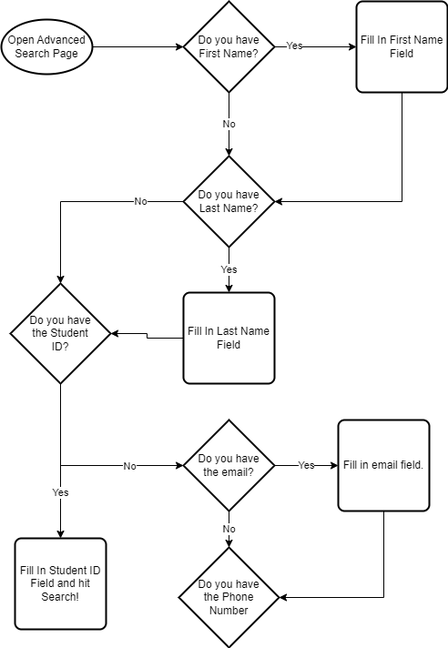
Earlier version of the draw.io export Assignment1-Chart2.drawio.png (Teagan94/flowcharts). Source tidied: cells renumbered, new cells last; positions are measured from the earlier drawing's top-left corner, leaving out a move shared by most shapes. Source of this version:
```xml
<mxGraphModel>
  <root>
    <mxCell id="0" />
    <mxCell id="1" parent="0" />
    <mxCell id="2" style="edgeStyle=orthogonalEdgeStyle;rounded=0;jettySize=auto;html=1;exitX=1;exitY=0.5;exitDx=0;exitDy=0;exitPerimeter=0;entryX=0;entryY=0.5;entryDx=0;entryDy=0;entryPerimeter=0;" parent="1" edge="1" source="3" target="7">
      <mxGeometry relative="1" as="geometry" />
    </mxCell>
    <mxCell id="3" value="Open Advanced&lt;br&gt;Search Page" style="strokeWidth=2;html=1;shape=mxgraph.flowchart.start_1;whiteSpace=wrap;" parent="1" vertex="1">
      <mxGeometry y="20" width="100" height="60" as="geometry" />
    </mxCell>
    <mxCell id="4" style="edgeStyle=orthogonalEdgeStyle;rounded=0;jettySize=auto;html=1;exitX=1;exitY=0.5;exitDx=0;exitDy=0;exitPerimeter=0;entryX=0;entryY=0.5;entryDx=0;entryDy=0;" parent="1" edge="1" source="7" target="9">
      <mxGeometry relative="1" as="geometry" />
    </mxCell>
    <mxCell id="5" value="Yes" style="edgeLabel;html=1;align=center;verticalAlign=middle;" parent="4" vertex="1">
      <mxGeometry x="-0.52" y="2" relative="1" as="geometry" />
    </mxCell>
    <mxCell id="6" value="No" style="edgeStyle=orthogonalEdgeStyle;rounded=0;jettySize=auto;html=1;exitX=0.5;exitY=1;exitDx=0;exitDy=0;exitPerimeter=0;entryX=0;entryY=0.5;entryDx=0;entryDy=0;entryPerimeter=0;" parent="1" edge="1" source="7" target="13">
      <mxGeometry relative="1" as="geometry" />
    </mxCell>
    <mxCell id="7" value="Do you have&lt;br&gt;First Name?" style="strokeWidth=2;html=1;shape=mxgraph.flowchart.decision;whiteSpace=wrap;" parent="1" vertex="1">
      <mxGeometry x="200" width="100" height="100" as="geometry" />
    </mxCell>
    <mxCell id="8" style="edgeStyle=orthogonalEdgeStyle;rounded=0;jettySize=auto;html=1;exitX=0.5;exitY=1;exitDx=0;exitDy=0;entryX=0.5;entryY=0;entryDx=0;entryDy=0;entryPerimeter=0;" parent="1" edge="1" source="9" target="13">
      <mxGeometry relative="1" as="geometry" />
    </mxCell>
    <mxCell id="9" value="Fill In First Name Field" style="rounded=1;whiteSpace=wrap;html=1;absoluteArcSize=1;arcSize=14;strokeWidth=2;" parent="1" vertex="1">
      <mxGeometry x="390" width="100" height="100" as="geometry" />
    </mxCell>
    <mxCell id="10" value="Yes" style="edgeStyle=orthogonalEdgeStyle;rounded=0;jettySize=auto;html=1;exitX=1;exitY=0.5;exitDx=0;exitDy=0;exitPerimeter=0;entryX=0.5;entryY=0;entryDx=0;entryDy=0;" parent="1" edge="1" source="13" target="15">
      <mxGeometry relative="1" as="geometry" />
    </mxCell>
    <mxCell id="11" style="edgeStyle=orthogonalEdgeStyle;rounded=0;jettySize=auto;html=1;exitX=0.5;exitY=1;exitDx=0;exitDy=0;exitPerimeter=0;entryX=0;entryY=0.5;entryDx=0;entryDy=0;entryPerimeter=0;" parent="1" edge="1" source="13" target="19">
      <mxGeometry relative="1" as="geometry" />
    </mxCell>
    <mxCell id="12" value="No" style="edgeLabel;html=1;align=center;verticalAlign=middle;" parent="11" vertex="1">
      <mxGeometry x="-0.58" y="-1" relative="1" as="geometry" />
    </mxCell>
    <mxCell id="13" value="Do you have&lt;br&gt;Last Name?" style="strokeWidth=2;html=1;shape=mxgraph.flowchart.decision;whiteSpace=wrap;direction=south;" parent="1" vertex="1">
      <mxGeometry x="200" y="170" width="100" height="100" as="geometry" />
    </mxCell>
    <mxCell id="14" style="edgeStyle=orthogonalEdgeStyle;rounded=0;jettySize=auto;html=1;exitX=0;exitY=0.5;exitDx=0;exitDy=0;entryX=0.5;entryY=0;entryDx=0;entryDy=0;entryPerimeter=0;" parent="1" edge="1" source="15" target="19">
      <mxGeometry relative="1" as="geometry" />
    </mxCell>
    <mxCell id="15" value="Fill In Last Name Field" style="rounded=1;whiteSpace=wrap;html=1;absoluteArcSize=1;arcSize=14;strokeWidth=2;" parent="1" vertex="1">
      <mxGeometry x="200" y="320" width="100" height="100" as="geometry" />
    </mxCell>
    <mxCell id="16" value="Yes" style="edgeStyle=orthogonalEdgeStyle;rounded=0;jettySize=auto;html=1;exitX=1;exitY=0.5;exitDx=0;exitDy=0;exitPerimeter=0;entryX=0.5;entryY=0;entryDx=0;entryDy=0;" parent="1" edge="1" source="19" target="20">
      <mxGeometry x="0.41" relative="1" as="geometry" />
    </mxCell>
    <mxCell id="17" style="edgeStyle=orthogonalEdgeStyle;rounded=0;jettySize=auto;html=1;exitX=1;exitY=0.5;exitDx=0;exitDy=0;exitPerimeter=0;entryX=0;entryY=0.5;entryDx=0;entryDy=0;entryPerimeter=0;" parent="1" edge="1" source="19" target="23">
      <mxGeometry relative="1" as="geometry" />
    </mxCell>
    <mxCell id="18" value="No" style="edgeLabel;html=1;align=center;verticalAlign=middle;" parent="17" vertex="1">
      <mxGeometry x="0.58" relative="1" as="geometry">
        <mxPoint x="-12" as="offset" />
      </mxGeometry>
    </mxCell>
    <mxCell id="19" value="Do you have&lt;br&gt;the Student&lt;br&gt;ID?" style="strokeWidth=2;html=1;shape=mxgraph.flowchart.decision;whiteSpace=wrap;direction=south;" parent="1" vertex="1">
      <mxGeometry x="10" y="310" width="110" height="110" as="geometry" />
    </mxCell>
    <mxCell id="20" value="Fill In Student ID Field and hit Search!" style="rounded=1;whiteSpace=wrap;html=1;absoluteArcSize=1;arcSize=14;strokeWidth=2;" parent="1" vertex="1">
      <mxGeometry x="15" y="590" width="100" height="100" as="geometry" />
    </mxCell>
    <mxCell id="21" value="Yes" style="edgeStyle=orthogonalEdgeStyle;rounded=0;jettySize=auto;html=1;exitX=1;exitY=0.5;exitDx=0;exitDy=0;exitPerimeter=0;entryX=0;entryY=0.5;entryDx=0;entryDy=0;" parent="1" edge="1" source="23" target="25">
      <mxGeometry relative="1" as="geometry" />
    </mxCell>
    <mxCell id="22" value="No" style="edgeStyle=orthogonalEdgeStyle;rounded=0;jettySize=auto;html=1;exitX=0.5;exitY=1;exitDx=0;exitDy=0;exitPerimeter=0;entryX=0.5;entryY=0;entryDx=0;entryDy=0;entryPerimeter=0;" parent="1" edge="1" source="23" target="26">
      <mxGeometry relative="1" as="geometry" />
    </mxCell>
    <mxCell id="23" value="Do you have&lt;br&gt;the email?" style="strokeWidth=2;html=1;shape=mxgraph.flowchart.decision;whiteSpace=wrap;" parent="1" vertex="1">
      <mxGeometry x="200" y="460" width="100" height="100" as="geometry" />
    </mxCell>
    <mxCell id="24" style="edgeStyle=orthogonalEdgeStyle;rounded=0;jettySize=auto;html=1;exitX=0.5;exitY=1;exitDx=0;exitDy=0;entryX=1;entryY=0.5;entryDx=0;entryDy=0;entryPerimeter=0;" parent="1" edge="1" source="25" target="26">
      <mxGeometry relative="1" as="geometry" />
    </mxCell>
    <mxCell id="25" value="Fill in email field." style="rounded=1;whiteSpace=wrap;html=1;absoluteArcSize=1;arcSize=14;strokeWidth=2;" parent="1" vertex="1">
      <mxGeometry x="370" y="460" width="100" height="100" as="geometry" />
    </mxCell>
    <mxCell id="26" value="Do you have&lt;br&gt;the Phone&lt;br&gt;Number" style="strokeWidth=2;html=1;shape=mxgraph.flowchart.decision;whiteSpace=wrap;" parent="1" vertex="1">
      <mxGeometry x="195" y="600" width="110" height="110" as="geometry" />
    </mxCell>
  </root>
</mxGraphModel>
```
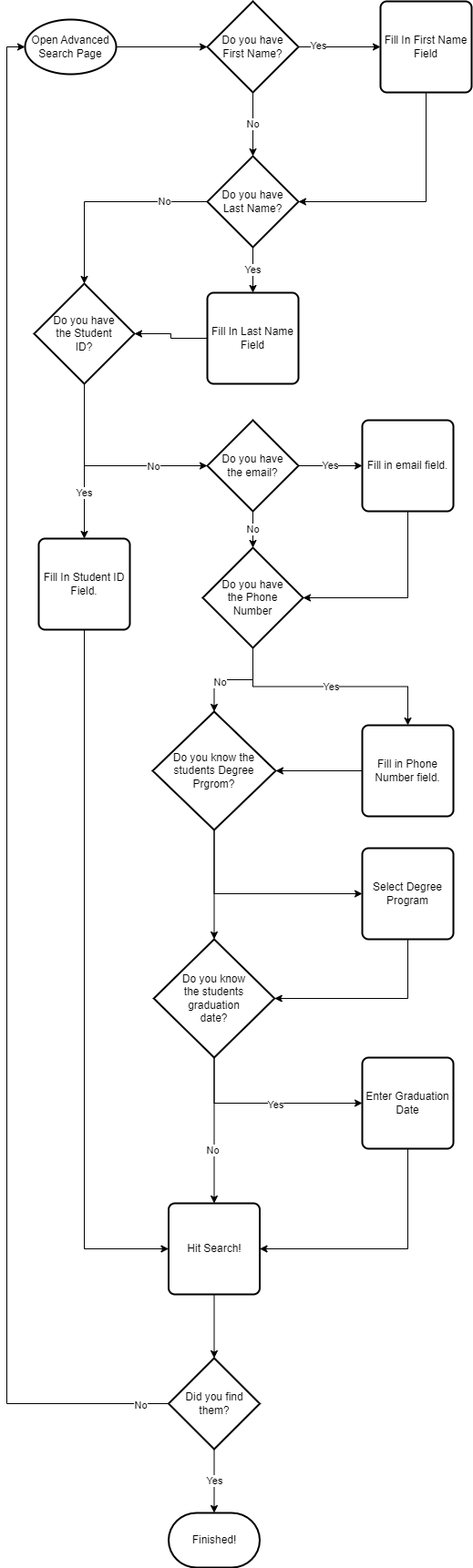
After the change.

The edit, as a diff of the source:
```diff
@@ -58,7 +58,10 @@
     <mxCell id="19" value="Do you have&lt;br&gt;the Student&lt;br&gt;ID?" style="strokeWidth=2;html=1;shape=mxgraph.flowchart.decision;whiteSpace=wrap;direction=south;" parent="1" vertex="1">
       <mxGeometry x="10" y="310" width="110" height="110" as="geometry" />
     </mxCell>
+    <mxCell id="27" style="edgeStyle=orthogonalEdgeStyle;rounded=0;jettySize=auto;html=1;exitX=0.5;exitY=1;exitDx=0;exitDy=0;entryX=0;entryY=0.5;entryDx=0;entryDy=0;" parent="1" edge="1" source="20" target="46">
+      <mxGeometry relative="1" as="geometry" />
+    </mxCell>
-    <mxCell id="20" value="Fill In Student ID Field and hit Search!" style="rounded=1;whiteSpace=wrap;html=1;absoluteArcSize=1;arcSize=14;strokeWidth=2;" parent="1" vertex="1">
+    <mxCell id="20" value="Fill In Student ID Field." style="rounded=1;whiteSpace=wrap;html=1;absoluteArcSize=1;arcSize=14;strokeWidth=2;" parent="1" vertex="1">
       <mxGeometry x="15" y="590" width="100" height="100" as="geometry" />
     </mxCell>
     <mxCell id="21" value="Yes" style="edgeStyle=orthogonalEdgeStyle;rounded=0;jettySize=auto;html=1;exitX=1;exitY=0.5;exitDx=0;exitDy=0;exitPerimeter=0;entryX=0;entryY=0.5;entryDx=0;entryDy=0;" parent="1" edge="1" source="23" target="25">
@@ -76,8 +79,80 @@
     <mxCell id="25" value="Fill in email field." style="rounded=1;whiteSpace=wrap;html=1;absoluteArcSize=1;arcSize=14;strokeWidth=2;" parent="1" vertex="1">
       <mxGeometry x="370" y="460" width="100" height="100" as="geometry" />
     </mxCell>
+    <mxCell id="28" style="edgeStyle=orthogonalEdgeStyle;rounded=0;jettySize=auto;html=1;exitX=0.5;exitY=1;exitDx=0;exitDy=0;exitPerimeter=0;entryX=0.5;entryY=0;entryDx=0;entryDy=0;entryPerimeter=0;" parent="1" edge="1" source="26" target="35">
+      <mxGeometry relative="1" as="geometry" />
+    </mxCell>
+    <mxCell id="29" value="No" style="edgeLabel;html=1;align=center;verticalAlign=middle;" parent="28" vertex="1">
+      <mxGeometry x="0.28" y="2" relative="1" as="geometry" />
+    </mxCell>
+    <mxCell id="30" value="Yes" style="edgeStyle=orthogonalEdgeStyle;rounded=0;jettySize=auto;html=1;exitX=0.5;exitY=1;exitDx=0;exitDy=0;exitPerimeter=0;entryX=0.5;entryY=0;entryDx=0;entryDy=0;" parent="1" edge="1" source="26" target="32">
+      <mxGeometry relative="1" as="geometry" />
+    </mxCell>
     <mxCell id="26" value="Do you have&lt;br&gt;the Phone&lt;br&gt;Number" style="strokeWidth=2;html=1;shape=mxgraph.flowchart.decision;whiteSpace=wrap;" parent="1" vertex="1">
       <mxGeometry x="195" y="600" width="110" height="110" as="geometry" />
     </mxCell>
+    <mxCell id="31" style="edgeStyle=orthogonalEdgeStyle;rounded=0;jettySize=auto;html=1;exitX=0;exitY=0.5;exitDx=0;exitDy=0;entryX=1;entryY=0.5;entryDx=0;entryDy=0;entryPerimeter=0;" parent="1" edge="1" source="32" target="35">
+      <mxGeometry relative="1" as="geometry" />
+    </mxCell>
+    <mxCell id="32" value="Fill in Phone Number field." style="rounded=1;whiteSpace=wrap;html=1;absoluteArcSize=1;arcSize=14;strokeWidth=2;" parent="1" vertex="1">
+      <mxGeometry x="370" y="795" width="100" height="100" as="geometry" />
+    </mxCell>
+    <mxCell id="33" style="edgeStyle=orthogonalEdgeStyle;rounded=0;jettySize=auto;html=1;exitX=0.5;exitY=1;exitDx=0;exitDy=0;exitPerimeter=0;entryX=0;entryY=0.5;entryDx=0;entryDy=0;" parent="1" edge="1" source="35" target="37">
+      <mxGeometry relative="1" as="geometry" />
+    </mxCell>
+    <mxCell id="34" style="edgeStyle=orthogonalEdgeStyle;rounded=0;jettySize=auto;html=1;exitX=0.5;exitY=1;exitDx=0;exitDy=0;exitPerimeter=0;entryX=0.5;entryY=0;entryDx=0;entryDy=0;entryPerimeter=0;" parent="1" edge="1" source="35" target="42">
+      <mxGeometry relative="1" as="geometry" />
+    </mxCell>
+    <mxCell id="35" value="Do you know the students Degree Prgrom?" style="strokeWidth=2;html=1;shape=mxgraph.flowchart.decision;whiteSpace=wrap;" parent="1" vertex="1">
+      <mxGeometry x="140" y="780" width="135" height="130" as="geometry" />
+    </mxCell>
+    <mxCell id="36" style="edgeStyle=orthogonalEdgeStyle;rounded=0;jettySize=auto;html=1;exitX=0.5;exitY=1;exitDx=0;exitDy=0;entryX=1;entryY=0.5;entryDx=0;entryDy=0;entryPerimeter=0;" parent="1" edge="1" source="37" target="42">
+      <mxGeometry relative="1" as="geometry" />
+    </mxCell>
+    <mxCell id="37" value="Select Degree Program" style="rounded=1;whiteSpace=wrap;html=1;absoluteArcSize=1;arcSize=14;strokeWidth=2;" parent="1" vertex="1">
+      <mxGeometry x="370" y="930" width="100" height="100" as="geometry" />
+    </mxCell>
+    <mxCell id="38" style="edgeStyle=orthogonalEdgeStyle;rounded=0;jettySize=auto;html=1;exitX=0.5;exitY=1;exitDx=0;exitDy=0;exitPerimeter=0;entryX=0;entryY=0.5;entryDx=0;entryDy=0;" parent="1" edge="1" source="42" target="44">
+      <mxGeometry relative="1" as="geometry" />
+    </mxCell>
+    <mxCell id="39" value="Yes" style="edgeLabel;html=1;align=center;verticalAlign=middle;" parent="38" vertex="1">
+      <mxGeometry x="0.1" y="-1" relative="1" as="geometry" />
+    </mxCell>
+    <mxCell id="40" style="edgeStyle=orthogonalEdgeStyle;rounded=0;jettySize=auto;html=1;exitX=0.5;exitY=1;exitDx=0;exitDy=0;exitPerimeter=0;entryX=0.5;entryY=0;entryDx=0;entryDy=0;" parent="1" edge="1" source="42" target="46">
+      <mxGeometry relative="1" as="geometry" />
+    </mxCell>
+    <mxCell id="41" value="No" style="edgeLabel;html=1;align=center;verticalAlign=middle;" parent="40" vertex="1">
+      <mxGeometry x="0.26" y="-2" relative="1" as="geometry" />
+    </mxCell>
+    <mxCell id="42" value="Do you know&lt;br&gt;the students&lt;br&gt;graduation&lt;br&gt;date?" style="strokeWidth=2;html=1;shape=mxgraph.flowchart.decision;whiteSpace=wrap;" parent="1" vertex="1">
+      <mxGeometry x="141.2" y="1030" width="132.5" height="130" as="geometry" />
+    </mxCell>
+    <mxCell id="43" style="edgeStyle=orthogonalEdgeStyle;rounded=0;jettySize=auto;html=1;exitX=0.5;exitY=1;exitDx=0;exitDy=0;entryX=1;entryY=0.5;entryDx=0;entryDy=0;" parent="1" edge="1" source="44" target="46">
+      <mxGeometry relative="1" as="geometry" />
+    </mxCell>
+    <mxCell id="44" value="Enter Graduation Date" style="rounded=1;whiteSpace=wrap;html=1;absoluteArcSize=1;arcSize=14;strokeWidth=2;" parent="1" vertex="1">
+      <mxGeometry x="370" y="1160" width="100" height="100" as="geometry" />
+    </mxCell>
+    <mxCell id="45" style="edgeStyle=orthogonalEdgeStyle;rounded=0;jettySize=auto;html=1;exitX=0.5;exitY=1;exitDx=0;exitDy=0;entryX=0.5;entryY=0;entryDx=0;entryDy=0;entryPerimeter=0;" parent="1" edge="1" source="46" target="50">
+      <mxGeometry relative="1" as="geometry" />
+    </mxCell>
+    <mxCell id="46" value="Hit Search!" style="rounded=1;whiteSpace=wrap;html=1;absoluteArcSize=1;arcSize=14;strokeWidth=2;" parent="1" vertex="1">
+      <mxGeometry x="157.5" y="1320" width="100" height="100" as="geometry" />
+    </mxCell>
+    <mxCell id="47" value="Yes" style="edgeStyle=orthogonalEdgeStyle;rounded=0;jettySize=auto;html=1;exitX=0.5;exitY=1;exitDx=0;exitDy=0;exitPerimeter=0;entryX=0.5;entryY=0;entryDx=0;entryDy=0;entryPerimeter=0;" parent="1" edge="1" source="50" target="51">
+      <mxGeometry relative="1" as="geometry" />
+    </mxCell>
+    <mxCell id="48" style="edgeStyle=orthogonalEdgeStyle;rounded=0;jettySize=auto;html=1;exitX=0;exitY=0.5;exitDx=0;exitDy=0;exitPerimeter=0;entryX=0;entryY=0.5;entryDx=0;entryDy=0;entryPerimeter=0;" parent="1" edge="1" source="50" target="3">
+      <mxGeometry relative="1" as="geometry" />
+    </mxCell>
+    <mxCell id="49" value="No" style="edgeLabel;html=1;align=center;verticalAlign=middle;" parent="48" vertex="1">
+      <mxGeometry x="-0.96" y="1" relative="1" as="geometry" />
+    </mxCell>
+    <mxCell id="50" value="Did you find them?" style="strokeWidth=2;html=1;shape=mxgraph.flowchart.decision;whiteSpace=wrap;" parent="1" vertex="1">
+      <mxGeometry x="157.5" y="1490" width="100" height="100" as="geometry" />
+    </mxCell>
+    <mxCell id="51" value="Finished!" style="strokeWidth=2;html=1;shape=mxgraph.flowchart.terminator;whiteSpace=wrap;" parent="1" vertex="1">
+      <mxGeometry x="157.5" y="1660" width="100" height="60" as="geometry" />
+    </mxCell>
   </root>
 </mxGraphModel>
```
